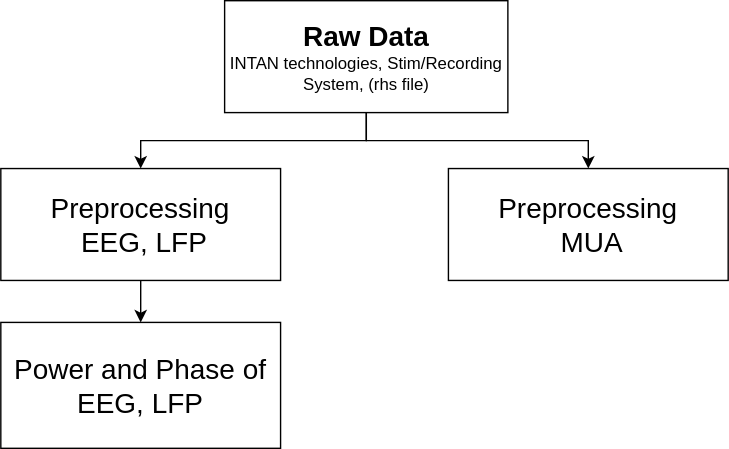
The draw.io diagram Mouse_pci_analysis_pipeline_uio.drawio.svg in chrihoni/University-of-Oslo_PCI_Mouse_Analysis, before a commit. Source tidied: cells renumbered, new cells last; positions are measured from the earlier drawing's top-left corner, leaving out a move shared by most shapes.
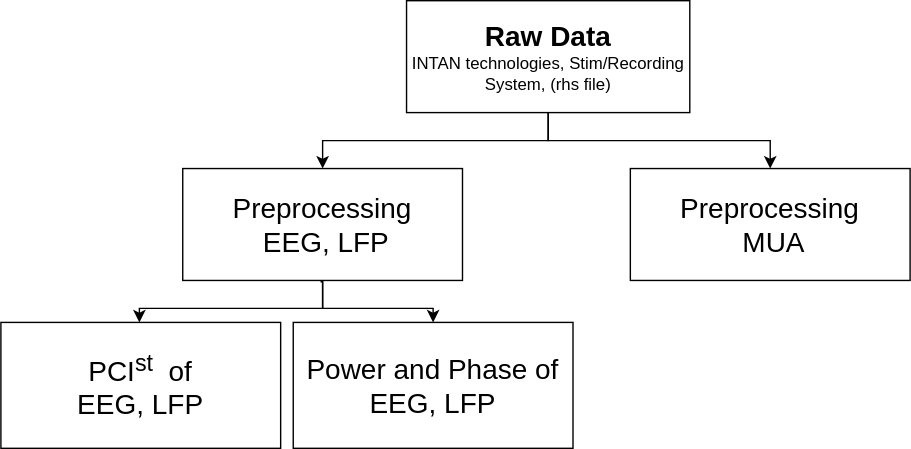
Later version of the same file.

The edit, as a diff of the source:
```diff
@@ -18,10 +18,25 @@
       <mxGeometry y="120" width="200" height="80" as="geometry" />
     </mxCell>
     <mxCell id="7" value="Power and Phase of EEG, LFP" style="rounded=0;whiteSpace=wrap;html=1;fontSize=20;" parent="1" vertex="1">
-      <mxGeometry y="230" width="200" height="90" as="geometry" />
+      <mxGeometry x="79" y="230" width="200" height="90" as="geometry" />
     </mxCell>
     <mxCell id="8" value="&lt;span style=&quot;&quot;&gt;Preprocessing&lt;br&gt;&amp;nbsp;MUA&lt;/span&gt;" style="rounded=0;whiteSpace=wrap;html=1;fontSize=20;" parent="1" vertex="1">
       <mxGeometry x="320" y="120" width="200" height="80" as="geometry" />
     </mxCell>
+    <mxCell id="9" value="PCI&lt;sup&gt;st&lt;/sup&gt;&amp;nbsp; of &lt;br&gt;EEG, LFP" style="rounded=0;whiteSpace=wrap;html=1;fontSize=20;verticalAlign=middle;" parent="1" vertex="1">
+      <mxGeometry x="-130" y="230" width="200" height="90" as="geometry" />
+    </mxCell>
+    <mxCell id="10" style="edgeStyle=orthogonalEdgeStyle;rounded=0;orthogonalLoop=1;jettySize=auto;html=1;fontSize=12;" parent="1" edge="1">
+      <mxGeometry relative="1" as="geometry">
+        <mxPoint x="99" y="200" as="sourcePoint" />
+        <mxPoint x="-31" y="230" as="targetPoint" />
+        <Array as="points">
+          <mxPoint x="99" y="201" />
+          <mxPoint x="100" y="201" />
+          <mxPoint x="100" y="220" />
+          <mxPoint x="-31" y="220" />
+        </Array>
+      </mxGeometry>
+    </mxCell>
   </root>
 </mxGraphModel>
```
